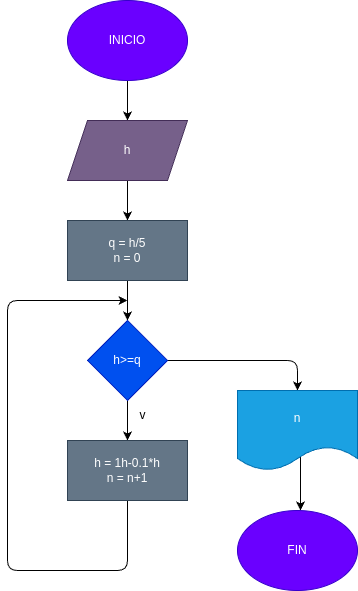
Above: diagrama.png in nidamapi/While_2 (draw.io), before the change. Source tidied: cells renumbered, new cells last; positions are measured from the earlier drawing's top-left corner, leaving out a move shared by most shapes.
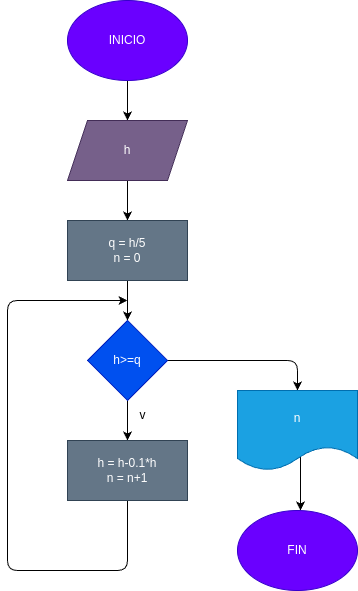
After the change.

What changed in the source:
```diff
@@ -44,7 +44,7 @@
         </Array>
       </mxGeometry>
     </mxCell>
-    <mxCell id="12" value="h = 1h-0.1*h&lt;br&gt;n = n+1" style="rounded=0;whiteSpace=wrap;html=1;fillColor=#647687;fontColor=#ffffff;strokeColor=#314354;" parent="1" vertex="1">
+    <mxCell id="12" value="h = h-0.1*h&lt;br&gt;n = n+1" style="rounded=0;whiteSpace=wrap;html=1;fillColor=#647687;fontColor=#ffffff;strokeColor=#314354;" parent="1" vertex="1">
       <mxGeometry x="60" y="440" width="120" height="60" as="geometry" />
     </mxCell>
     <mxCell id="13" value="v" style="text;html=1;align=center;verticalAlign=middle;strokeColor=none;fillColor=none;" parent="1" vertex="1">
```
